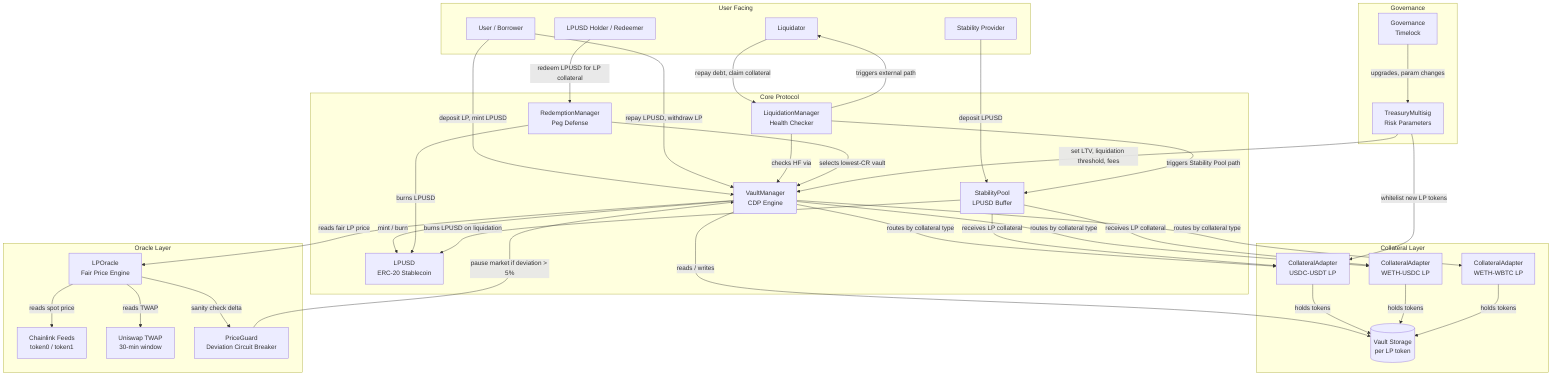
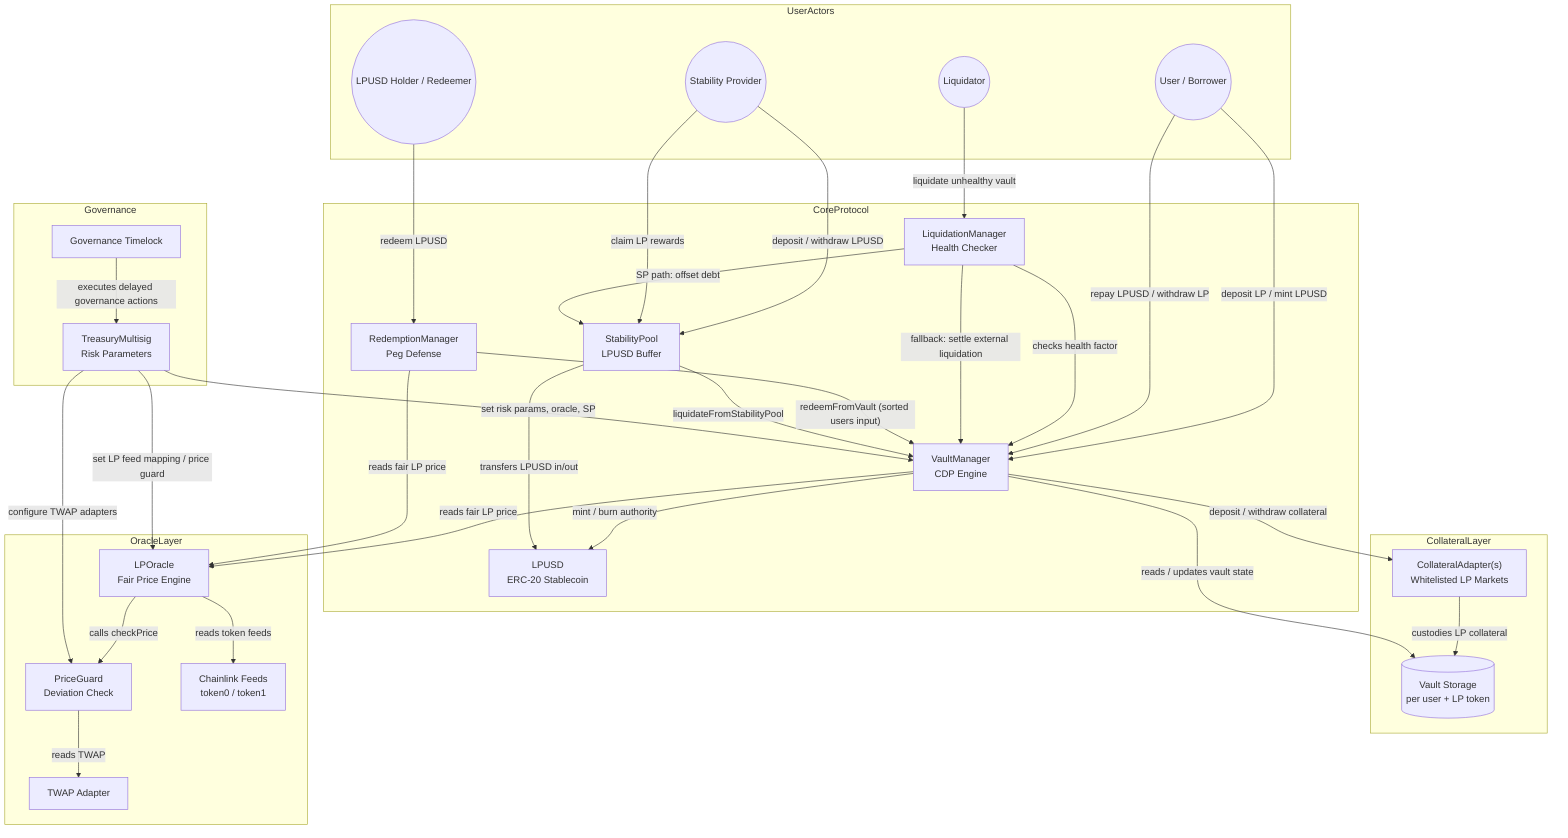
graph TB
-     subgraph "User Facing"
-         USER[User / Borrower]
-         LIQUIDATOR[Liquidator]
-         REDEEMER[LPUSD Holder / Redeemer]
-         SP_DEPOSITOR[Stability Provider]
+     subgraph users [UserActors]
+         USER((User / Borrower))
+         LIQUIDATOR((Liquidator))
+         REDEEMER((LPUSD Holder / Redeemer))
+         SP_DEPOSITOR((Stability Provider))
    end

-     subgraph "Core Protocol"
+     subgraph core [CoreProtocol]
        VM[VaultManager\nCDP Engine]
        LPUSD_TOKEN[LPUSD\nERC-20 Stablecoin]
        SP[StabilityPool\nLPUSD Buffer]
+         LM[LiquidationManager\nHealth Checker]
        RM[RedemptionManager\nPeg Defense]
-         LM[LiquidationManager\nHealth Checker]
    end

-     subgraph "Collateral Layer"
-         CA_A[CollateralAdapter\nUSDC-USDT LP]
-         CA_B[CollateralAdapter\nWETH-USDC LP]
-         CA_C[CollateralAdapter\nWETH-WBTC LP]
-         VAULT_STORE[(Vault Storage\nper LP token)]
+     subgraph collateral [CollateralLayer]
+         CA["CollateralAdapter(s)\nWhitelisted LP Markets"]
+         VAULT_STORE[("Vault Storage\nper user + LP token")]
    end

-     subgraph "Oracle Layer"
+     subgraph oracle [OracleLayer]
        LP_ORACLE[LPOracle\nFair Price Engine]
+         PRICE_GUARD[PriceGuard\nDeviation Check]
+         TWAP_ADAPTER[TWAP Adapter]
        CHAINLINK[Chainlink Feeds\ntoken0 / token1]
-         TWAP[Uniswap TWAP\n30-min window]
-         PRICE_GUARD[PriceGuard\nDeviation Circuit Breaker]
    end

-     subgraph "Governance"
+     subgraph gov [Governance]
        TREASURY[TreasuryMultisig\nRisk Parameters]
-         GOV[Governance\nTimelock]
+         GOV[Governance Timelock]
    end

-     USER -->|deposit LP, mint LPUSD| VM
-     USER -->|repay LPUSD, withdraw LP| VM
-     LIQUIDATOR -->|repay debt, claim collateral| LM
-     REDEEMER -->|redeem LPUSD for LP collateral| RM
-     SP_DEPOSITOR -->|deposit LPUSD| SP
+     USER -->|deposit LP / mint LPUSD| VM
+     USER -->|repay LPUSD / withdraw LP| VM
+     SP_DEPOSITOR -->|deposit / withdraw LPUSD| SP
+     SP_DEPOSITOR -->|claim LP rewards| SP
+     LIQUIDATOR -->|liquidate unhealthy vault| LM
+     REDEEMER -->|redeem LPUSD| RM

-     VM -->|mint / burn| LPUSD_TOKEN
-     VM -->|routes by collateral type| CA_A
-     VM -->|routes by collateral type| CA_B
-     VM -->|routes by collateral type| CA_C
+     LM -->|checks health factor| VM
+     LM -->|SP path: offset debt| SP
+     LM -->|fallback: settle external liquidation| VM
+     RM -->|"redeemFromVault (sorted users input)"| VM
+ 
+     SP -->|liquidateFromStabilityPool| VM
+     VM -->|mint / burn authority| LPUSD_TOKEN
+     SP -->|transfers LPUSD in/out| LPUSD_TOKEN
+ 
+     VM -->|deposit / withdraw collateral| CA
+     CA -->|custodies LP collateral| VAULT_STORE
+     VM -->|reads / updates vault state| VAULT_STORE
+ 
    VM -->|reads fair LP price| LP_ORACLE
-     VM -->|reads / writes| VAULT_STORE
+     RM -->|reads fair LP price| LP_ORACLE
+     LP_ORACLE -->|reads token feeds| CHAINLINK
+     LP_ORACLE -->|calls checkPrice| PRICE_GUARD
+     PRICE_GUARD -->|reads TWAP| TWAP_ADAPTER

-     CA_A -->|holds tokens| VAULT_STORE
-     CA_B -->|holds tokens| VAULT_STORE
-     CA_C -->|holds tokens| VAULT_STORE
- 
-     LM -->|checks HF via| VM
-     LM -->|triggers Stability Pool path| SP
-     LM -->|triggers external path| LIQUIDATOR
- 
-     RM -->|selects lowest-CR vault| VM
-     RM -->|burns LPUSD| LPUSD_TOKEN
- 
-     SP -->|burns LPUSD on liquidation| LPUSD_TOKEN
-     SP -->|receives LP collateral| CA_A
-     SP -->|receives LP collateral| CA_B
- 
-     LP_ORACLE -->|reads spot price| CHAINLINK
-     LP_ORACLE -->|reads TWAP| TWAP
-     LP_ORACLE -->|sanity check delta| PRICE_GUARD
- 
-     PRICE_GUARD -->|pause market if deviation > 5%| VM
- 
-     TREASURY -->|set LTV, liquidation threshold, fees| VM
-     TREASURY -->|whitelist new LP tokens| CA_A
-     GOV -->|upgrades, param changes| TREASURY+     GOV -->|executes delayed governance actions| TREASURY
+     TREASURY -->|set risk params, oracle, SP| VM
+     TREASURY -->|configure TWAP adapters| PRICE_GUARD
+     TREASURY -->|set LP feed mapping / price guard| LP_ORACLE